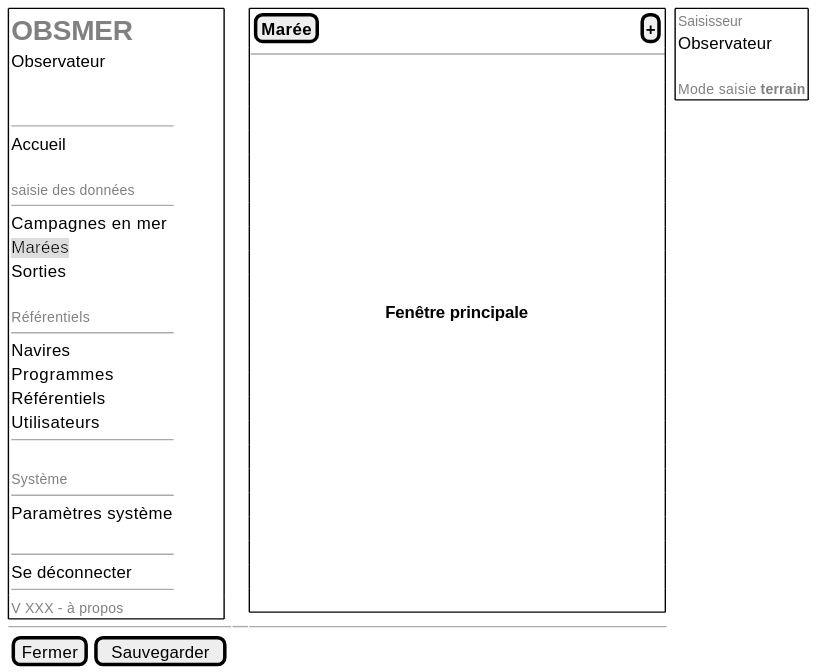
Above: projects/obsmer/spe/images/main-tree.svg in sumaris-net/sumaris-doc (PlantUML), before the change. Its source is kept beside it as projects/obsmer/spe/images/main-tree.puml. Its diagram source:
```plantuml
@startsalt
{
  {+
   {
       <b><font color=grey size=20>OBSMER    | . | . | . | . | . | . | .
       Observateur
       .
       .
       --
       Accueil    | .
       .
       <font color=grey size=10>saisie des données
       --
       Campagnes en mer       | .
       <back:#DDD>Marées        | .
       Sorties        | .
       .
       <font color=grey size=10>Référentiels
       --
       Navires       | .
       Programmes        | .
       Référentiels        | .
       Utilisateurs        | .
       --
       .
       <font color=grey size=10>Système
       --
       Paramètres système       | .
       .

       --
       Se déconnecter       | .
       --
   }

   {
      <font color=grey size=10>V XXX - à propos
   }
  } | . | {+
    { [<b>Marée] | . |  . |  . | . | . | . | . | . | . | . | . | . | . | . | . | . | . |. |. |. |. |. |. |. |. |. |. |. |. |. |. |. |. |. |. |. |. |. |. |. |. |. |. |. |. |[<b>+] }
    --
    .
    .
    .
    .
    .
    .
    .
    .
    .
    .
    { | . | . | . | . | . | . | . | . | . | . | . | . | . | . | . | . | . | . | . | <b>Fenêtre principale }
    .
    .
    .
    .
    .
    .
    .
    .
    .
    .
    .
    .
    } | . | {+
    { <font color=grey size=10>Saisisseur
    Observateur
    .
    <font color=grey size=10>Mode saisie <b>terrain}
 }
  -- | -- | --
  { [Fermer] | [Sauvegarder]}
}
@endsalt
```
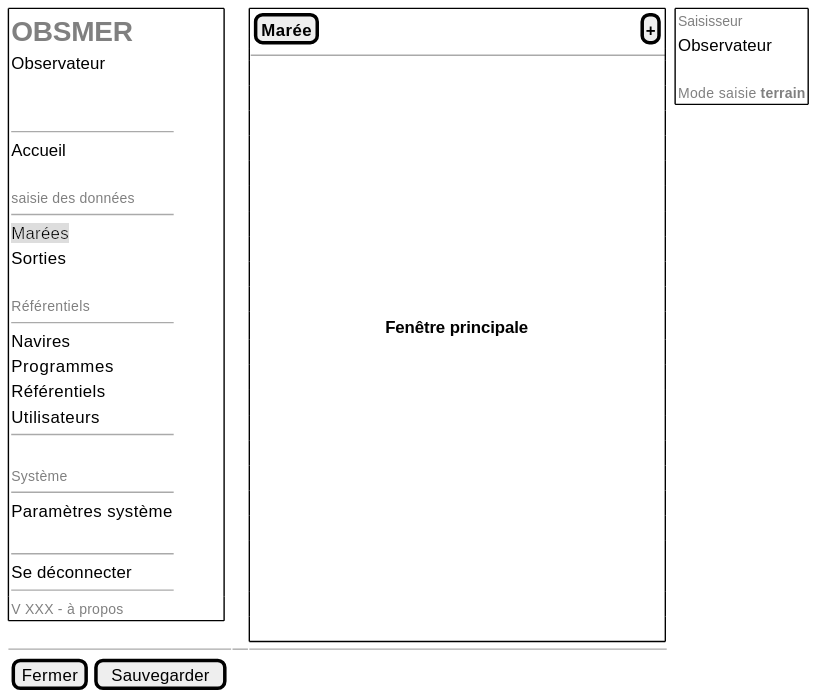
Above is the later version.

Change to the diagram source:
```diff
@@ -11,7 +11,6 @@
        .
        <font color=grey size=10>saisie des données
        --
-       Campagnes en mer       | .
        <back:#DDD>Marées        | .
        Sorties        | .
        .
```
